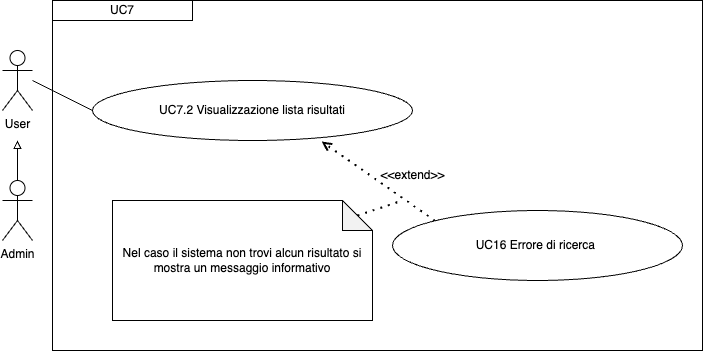
Earlier version of the draw.io export imgs/Uml/UC7.2.png (ShameIRL/farmacode). Source tidied: cells renumbered, new cells last; positions are measured from the earlier drawing's top-left corner, leaving out a move shared by most shapes. Its diagram source:
```xml
<mxGraphModel>
  <root>
    <mxCell id="0" />
    <mxCell id="1" parent="0" />
    <mxCell id="2" value="User" style="shape=umlActor;verticalLabelPosition=bottom;verticalAlign=top;html=1;" parent="1" vertex="1">
      <mxGeometry y="50" width="30" height="60" as="geometry" />
    </mxCell>
    <mxCell id="3" value="UC7.2 Visualizzazione lista risultati" style="ellipse;whiteSpace=wrap;html=1;" parent="1" vertex="1">
      <mxGeometry x="90" y="80" width="320" height="60" as="geometry" />
    </mxCell>
    <mxCell id="4" style="endArrow=none;html=1;rounded=0;entryX=0;entryY=0.5;entryDx=0;entryDy=0;" parent="1" edge="1" target="3">
      <mxGeometry relative="1" as="geometry">
        <mxPoint x="30" y="80" as="sourcePoint" />
      </mxGeometry>
    </mxCell>
    <mxCell id="5" value="UC7" style="rounded=0;whiteSpace=wrap;html=1;" parent="1" vertex="1">
      <mxGeometry x="50" width="140" height="20" as="geometry" />
    </mxCell>
    <mxCell id="6" value="Nel caso il sistema non trovi alcun risultato si mostra un messaggio informativo" style="shape=note;whiteSpace=wrap;html=1;backgroundOutline=1;darkOpacity=0.05;" parent="1" vertex="1">
      <mxGeometry x="110" y="200" width="260" height="120" as="geometry" />
    </mxCell>
    <mxCell id="7" style="endArrow=open;dashed=1;html=1;dashPattern=1 3;strokeWidth=2;rounded=0;entryX=0.716;entryY=1.017;entryDx=0;entryDy=0;entryPerimeter=0;exitX=0;exitY=0;exitDx=0;exitDy=0;" parent="1" edge="1" source="8" target="3">
      <mxGeometry relative="1" as="geometry" />
    </mxCell>
    <mxCell id="8" value="UC16 Errore di ricerca&amp;nbsp;" style="ellipse;whiteSpace=wrap;html=1;" parent="1" vertex="1">
      <mxGeometry x="390" y="210" width="290" height="70" as="geometry" />
    </mxCell>
    <mxCell id="9" style="endArrow=none;dashed=1;html=1;dashPattern=1 3;strokeWidth=2;rounded=0;exitX=0;exitY=0;exitDx=245;exitDy=15;exitPerimeter=0;endFill=0;" parent="1" edge="1" source="6">
      <mxGeometry relative="1" as="geometry">
        <mxPoint x="400" y="200" as="targetPoint" />
      </mxGeometry>
    </mxCell>
    <mxCell id="10" value="&amp;lt;&amp;lt;extend&amp;gt;&amp;gt;" style="text;html=1;align=center;verticalAlign=middle;strokeColor=none;fillColor=none;" parent="1" vertex="1">
      <mxGeometry x="365" y="160" width="90" height="30" as="geometry" />
    </mxCell>
    <mxCell id="11" style="rounded=0;whiteSpace=wrap;html=1;fillColor=none;" parent="1" vertex="1">
      <mxGeometry x="50" width="650" height="350" as="geometry" />
    </mxCell>
    <mxCell id="12" value="Admin" style="shape=umlActor;verticalLabelPosition=bottom;verticalAlign=top;html=1;outlineConnect=0;" parent="1" vertex="1">
      <mxGeometry y="180" width="30" height="60" as="geometry" />
    </mxCell>
    <mxCell id="13" style="endArrow=block;html=1;rounded=0;exitX=0.5;exitY=0;exitDx=0;exitDy=0;exitPerimeter=0;endFill=0;" parent="1" edge="1" source="12">
      <mxGeometry relative="1" as="geometry">
        <mxPoint x="15" y="140" as="targetPoint" />
      </mxGeometry>
    </mxCell>
  </root>
</mxGraphModel>
```
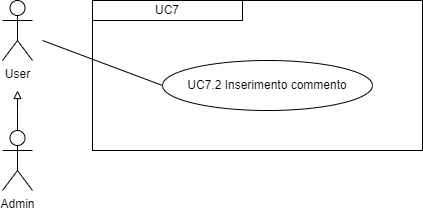
The same file after the commit.

Change to the diagram source:
```diff
@@ -2,47 +2,34 @@
   <root>
     <mxCell id="0" />
     <mxCell id="1" parent="0" />
+    <mxCell id="14" style="edgeStyle=orthogonalEdgeStyle;rounded=0;jettySize=auto;html=1;strokeColor=#000000;endArrow=block;endFill=0;" parent="1" edge="1" source="12">
+      <mxGeometry relative="1" as="geometry">
+        <mxPoint x="15" y="140" as="targetPoint" />
+        <Array as="points">
+          <mxPoint x="15" y="160" />
+          <mxPoint x="15" y="160" />
+        </Array>
+      </mxGeometry>
+    </mxCell>
+    <mxCell id="12" value="Admin" style="shape=umlActor;verticalLabelPosition=bottom;verticalAlign=top;html=1;outlineConnect=0;" parent="1" vertex="1">
+      <mxGeometry y="180" width="30" height="60" as="geometry" />
+    </mxCell>
     <mxCell id="2" value="User" style="shape=umlActor;verticalLabelPosition=bottom;verticalAlign=top;html=1;" parent="1" vertex="1">
       <mxGeometry y="50" width="30" height="60" as="geometry" />
     </mxCell>
-    <mxCell id="3" value="UC7.2 Visualizzazione lista risultati" style="ellipse;whiteSpace=wrap;html=1;" parent="1" vertex="1">
-      <mxGeometry x="90" y="80" width="320" height="60" as="geometry" />
-    </mxCell>
-    <mxCell id="4" style="endArrow=none;html=1;rounded=0;entryX=0;entryY=0.5;entryDx=0;entryDy=0;" parent="1" edge="1" target="3">
-      <mxGeometry relative="1" as="geometry">
-        <mxPoint x="30" y="80" as="sourcePoint" />
-      </mxGeometry>
-    </mxCell>
+    <mxCell id="15" style="rounded=0;whiteSpace=wrap;html=1;fillColor=none;" parent="1" vertex="1">
+      <mxGeometry x="90" y="50" width="330" height="150" as="geometry" />
+    </mxCell>
-    <mxCell id="5" value="UC7" style="rounded=0;whiteSpace=wrap;html=1;" parent="1" vertex="1">
-      <mxGeometry x="50" width="140" height="20" as="geometry" />
+    <mxCell id="5" value="&lt;div style=&quot;&quot;&gt;UC7&lt;/div&gt;" style="rounded=0;whiteSpace=wrap;html=1;fillColor=none;align=center;" parent="1" vertex="1">
+      <mxGeometry x="90" y="50" width="150" height="20" as="geometry" />
     </mxCell>
-    <mxCell id="6" value="Nel caso il sistema non trovi alcun risultato si mostra un messaggio informativo" style="shape=note;whiteSpace=wrap;html=1;backgroundOutline=1;darkOpacity=0.05;" parent="1" vertex="1">
-      <mxGeometry x="110" y="200" width="260" height="120" as="geometry" />
-    </mxCell>
-    <mxCell id="7" style="endArrow=open;dashed=1;html=1;dashPattern=1 3;strokeWidth=2;rounded=0;entryX=0.716;entryY=1.017;entryDx=0;entryDy=0;entryPerimeter=0;exitX=0;exitY=0;exitDx=0;exitDy=0;" parent="1" edge="1" source="8" target="3">
-      <mxGeometry relative="1" as="geometry" />
-    </mxCell>
-    <mxCell id="8" value="UC16 Errore di ricerca&amp;nbsp;" style="ellipse;whiteSpace=wrap;html=1;" parent="1" vertex="1">
-      <mxGeometry x="390" y="210" width="290" height="70" as="geometry" />
-    </mxCell>
-    <mxCell id="9" style="endArrow=none;dashed=1;html=1;dashPattern=1 3;strokeWidth=2;rounded=0;exitX=0;exitY=0;exitDx=245;exitDy=15;exitPerimeter=0;endFill=0;" parent="1" edge="1" source="6">
-      <mxGeometry relative="1" as="geometry">
-        <mxPoint x="400" y="200" as="targetPoint" />
-      </mxGeometry>
-    </mxCell>
-    <mxCell id="10" value="&amp;lt;&amp;lt;extend&amp;gt;&amp;gt;" style="text;html=1;align=center;verticalAlign=middle;strokeColor=none;fillColor=none;" parent="1" vertex="1">
-      <mxGeometry x="365" y="160" width="90" height="30" as="geometry" />
-    </mxCell>
-    <mxCell id="11" style="rounded=0;whiteSpace=wrap;html=1;fillColor=none;" parent="1" vertex="1">
-      <mxGeometry x="50" width="650" height="350" as="geometry" />
-    </mxCell>
-    <mxCell id="12" value="Admin" style="shape=umlActor;verticalLabelPosition=bottom;verticalAlign=top;html=1;outlineConnect=0;" parent="1" vertex="1">
-      <mxGeometry y="180" width="30" height="60" as="geometry" />
-    </mxCell>
-    <mxCell id="13" style="endArrow=block;html=1;rounded=0;exitX=0.5;exitY=0;exitDx=0;exitDy=0;exitPerimeter=0;endFill=0;" parent="1" edge="1" source="12">
-      <mxGeometry relative="1" as="geometry">
-        <mxPoint x="15" y="140" as="targetPoint" />
-      </mxGeometry>
-    </mxCell>
+    <mxCell id="16" value="UC7.2 Inserimento commento" style="ellipse;whiteSpace=wrap;html=1;" parent="1" vertex="1">
+      <mxGeometry x="160" y="110" width="210" height="50" as="geometry" />
+    </mxCell>
+    <mxCell id="17" style="endArrow=none;html=1;rounded=0;entryX=0;entryY=0.5;entryDx=0;entryDy=0;" parent="1" edge="1" target="16">
+      <mxGeometry relative="1" as="geometry">
+        <mxPoint x="40" y="90" as="sourcePoint" />
+      </mxGeometry>
+    </mxCell>
   </root>
 </mxGraphModel>
```
